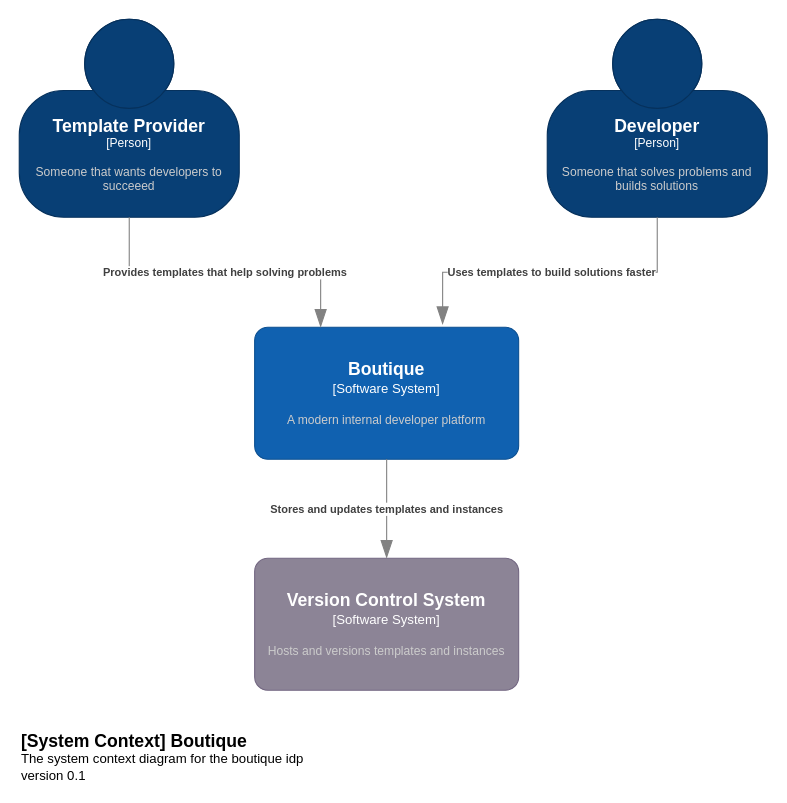
The draw.io diagram page "Software System" (1 of 4) of docs/boutique.drawio in baking-bread/boutique, before the edit. Source tidied: cells renumbered, new cells numbered last; positions are measured from the earlier drawing's top-left corner, leaving out a move shared by most shapes. Both pictures are drawn from the tidied source at 110%, with x=0, y=0 at pixel (19, 19).
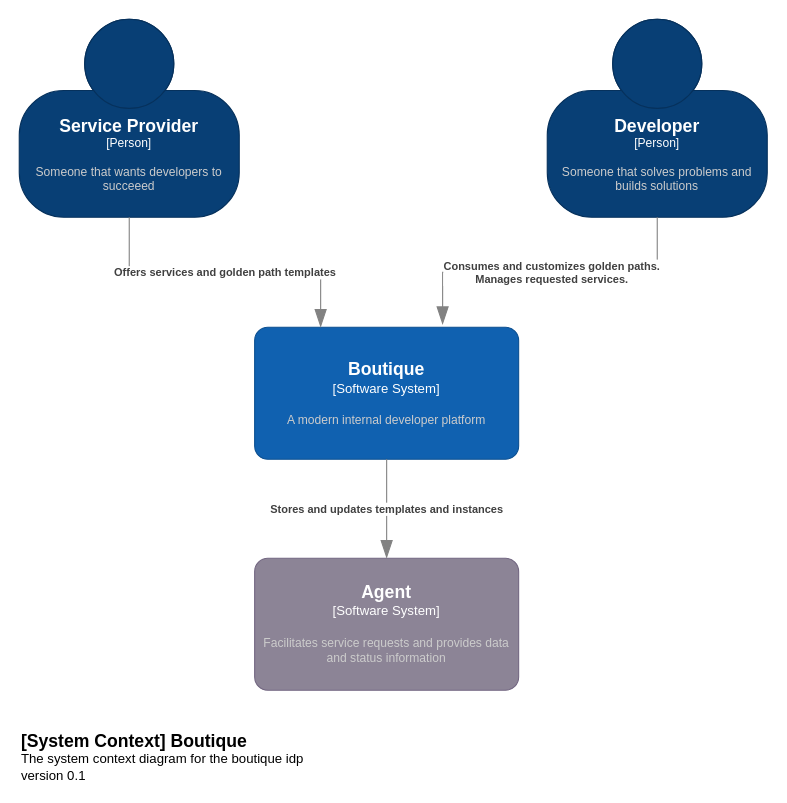
After the change.

Change to the diagram source:
```diff
@@
 <mxGraphModel>
   <root>
     <mxCell id="0" />
     <mxCell id="1" parent="0" />
     <object id="2" label="&lt;font style=&quot;font-size: 16px&quot;&gt;&lt;b&gt;%c4Name%&lt;/b&gt;&lt;/font&gt;&lt;div&gt;[%c4Type%]&lt;/div&gt;&lt;br&gt;&lt;div&gt;&lt;font style=&quot;font-size: 11px&quot;&gt;&lt;font color=&quot;#cccccc&quot;&gt;%c4Description%&lt;/font&gt;&lt;/div&gt;" c4Description="A modern internal developer platform" c4Name="Boutique" c4Type="Software System" placeholders="1">
       <mxCell style="rounded=1;whiteSpace=wrap;html=1;labelBackgroundColor=none;fillColor=#1061B0;fontColor=#ffffff;align=center;arcSize=10;strokeColor=#0D5091;points=[[0.25,0,0],[0.5,0,0],[0.75,0,0],[1,0.25,0],[1,0.5,0],[1,0.75,0],[0.75,1,0],[0.5,1,0],[0.25,1,0],[0,0.75,0],[0,0.5,0],[0,0.25,0]];" parent="1" vertex="1">
         <mxGeometry x="214" y="280" width="240" height="120" as="geometry" />
       </mxCell>
     </object>
     <object id="3" label="&lt;font style=&quot;font-size: 16px&quot;&gt;&lt;b&gt;%c4Name%&lt;/b&gt;&lt;/font&gt;&lt;div&gt;[%c4Type%]&lt;/div&gt;&lt;br&gt;&lt;div&gt;&lt;font style=&quot;font-size: 11px&quot;&gt;&lt;font color=&quot;#cccccc&quot;&gt;%c4Description%&lt;/font&gt;&lt;/div&gt;" c4Description="Someone that solves problems and builds solutions" c4Name="Developer" c4Type="Person" placeholders="1">
       <mxCell style="html=1;fontSize=11;dashed=0;whiteSpace=wrap;fillColor=#083F75;strokeColor=#06315C;fontColor=#ffffff;shape=mxgraph.c4.person2;align=center;points=[[0.5,0,0],[1,0.5,0],[1,0.75,0],[0.75,1,0],[0.5,1,0],[0.25,1,0],[0,0.75,0],[0,0.5,0]];" parent="1" vertex="1">
         <mxGeometry x="480" width="200" height="180" as="geometry" />
       </mxCell>
     </object>
-    <object id="4" label="&lt;font style=&quot;font-size: 16px&quot;&gt;&lt;b&gt;%c4Name%&lt;/b&gt;&lt;/font&gt;&lt;div&gt;[%c4Type%]&lt;/div&gt;&lt;br&gt;&lt;div&gt;&lt;font style=&quot;font-size: 11px&quot;&gt;&lt;font color=&quot;#cccccc&quot;&gt;%c4Description%&lt;/font&gt;&lt;/div&gt;" c4Description="Someone that wants developers to succeeed" c4Name="Template Provider" c4Type="Person" placeholders="1">
+    <object id="4" label="&lt;font style=&quot;font-size: 16px&quot;&gt;&lt;b&gt;%c4Name%&lt;/b&gt;&lt;/font&gt;&lt;div&gt;[%c4Type%]&lt;/div&gt;&lt;br&gt;&lt;div&gt;&lt;font style=&quot;font-size: 11px&quot;&gt;&lt;font color=&quot;#cccccc&quot;&gt;%c4Description%&lt;/font&gt;&lt;/div&gt;" c4Description="Someone that wants developers to succeeed" c4Name="Service Provider" c4Type="Person" placeholders="1">
       <mxCell style="html=1;fontSize=11;dashed=0;whiteSpace=wrap;fillColor=#083F75;strokeColor=#06315C;fontColor=#ffffff;shape=mxgraph.c4.person2;align=center;points=[[0.5,0,0],[1,0.5,0],[1,0.75,0],[0.75,1,0],[0.5,1,0],[0.25,1,0],[0,0.75,0],[0,0.5,0]];" parent="1" vertex="1">
         <mxGeometry width="200" height="180" as="geometry" />
       </mxCell>
     </object>
-    <object id="5" label="&lt;div style=&quot;text-align: left&quot;&gt;&lt;div style=&quot;text-align: center&quot;&gt;&lt;b&gt;%c4Description%&lt;/b&gt;&lt;/div&gt;" c4Description="Provides templates that help solving problems" placeholders="1">
+    <object id="5" label="&lt;div style=&quot;text-align: left&quot;&gt;&lt;div style=&quot;text-align: center&quot;&gt;&lt;b&gt;%c4Description%&lt;/b&gt;&lt;/div&gt;" c4Description="Offers services and golden path templates" placeholders="1">
       <mxCell style="endArrow=blockThin;html=1;fontSize=10;fontColor=#404040;strokeWidth=1;endFill=1;strokeColor=#828282;elbow=vertical;endSize=14;startSize=14;jumpStyle=arc;jumpSize=16;rounded=0;edgeStyle=orthogonalEdgeStyle;exitX=0.5;exitY=1;exitDx=0;exitDy=0;exitPerimeter=0;entryX=0.25;entryY=0;entryDx=0;entryDy=0;entryPerimeter=0;" parent="1" edge="1" source="4" target="2">
         <mxGeometry relative="1" as="geometry" />
       </mxCell>
     </object>
-    <object id="6" label="&lt;div style=&quot;text-align: left&quot;&gt;&lt;div style=&quot;text-align: center&quot;&gt;&lt;b&gt;%c4Description%&lt;/b&gt;&lt;/div&gt;" c4Description="Uses templates to build solutions faster" placeholders="1">
+    <object id="6" label="&lt;div style=&quot;text-align: left&quot;&gt;&lt;div style=&quot;text-align: center&quot;&gt;&lt;b&gt;%c4Description%&lt;/b&gt;&lt;/div&gt;" c4Description="Consumes and customizes golden paths.&#10;Manages requested services. " placeholders="1">
       <mxCell style="endArrow=blockThin;html=1;fontSize=10;fontColor=#404040;strokeWidth=1;endFill=1;strokeColor=#828282;elbow=vertical;endSize=14;startSize=14;jumpStyle=arc;jumpSize=16;rounded=0;edgeStyle=orthogonalEdgeStyle;exitX=0.5;exitY=1;exitDx=0;exitDy=0;exitPerimeter=0;entryX=0.712;entryY=-0.02;entryDx=0;entryDy=0;entryPerimeter=0;" parent="1" edge="1" source="3" target="2">
         <mxGeometry relative="1" as="geometry" />
       </mxCell>
     </object>
-    <object id="7" label="&lt;font style=&quot;font-size: 16px&quot;&gt;&lt;b&gt;%c4Name%&lt;/b&gt;&lt;/font&gt;&lt;div&gt;[%c4Type%]&lt;/div&gt;&lt;br&gt;&lt;div&gt;&lt;font style=&quot;font-size: 11px&quot;&gt;&lt;font color=&quot;#cccccc&quot;&gt;%c4Description%&lt;/font&gt;&lt;/div&gt;" c4Description="Hosts and versions templates and instances" c4Name="Version Control System" c4Type="Software System" placeholders="1">
+    <object id="7" label="&lt;font style=&quot;font-size: 16px&quot;&gt;&lt;b&gt;%c4Name%&lt;/b&gt;&lt;/font&gt;&lt;div&gt;[%c4Type%]&lt;/div&gt;&lt;br&gt;&lt;div&gt;&lt;font style=&quot;font-size: 11px&quot;&gt;&lt;font color=&quot;#cccccc&quot;&gt;%c4Description%&lt;/font&gt;&lt;/div&gt;" c4Description="Facilitates service requests and provides data and status information" c4Name="Agent" c4Type="Software System" placeholders="1">
       <mxCell style="rounded=1;whiteSpace=wrap;html=1;labelBackgroundColor=none;fillColor=#8C8496;fontColor=#ffffff;align=center;arcSize=10;strokeColor=#736782;points=[[0.25,0,0],[0.5,0,0],[0.75,0,0],[1,0.25,0],[1,0.5,0],[1,0.75,0],[0.75,1,0],[0.5,1,0],[0.25,1,0],[0,0.75,0],[0,0.5,0],[0,0.25,0]];" parent="1" vertex="1">
         <mxGeometry x="214" y="490" width="240" height="120" as="geometry" />
       </mxCell>
     </object>
     <object id="8" label="&lt;div style=&quot;text-align: left&quot;&gt;&lt;div style=&quot;text-align: center&quot;&gt;&lt;b&gt;%c4Description%&lt;/b&gt;&lt;/div&gt;" c4Description="Stores and updates templates and instances " placeholders="1">
       <mxCell style="endArrow=blockThin;html=1;fontSize=10;fontColor=#404040;strokeWidth=1;endFill=1;strokeColor=#828282;elbow=vertical;endSize=14;startSize=14;jumpStyle=arc;jumpSize=16;rounded=0;edgeStyle=orthogonalEdgeStyle;entryX=0.5;entryY=0;entryDx=0;entryDy=0;entryPerimeter=0;exitX=0.5;exitY=1;exitDx=0;exitDy=0;exitPerimeter=0;" parent="1" edge="1" source="2" target="7">
         <mxGeometry relative="1" as="geometry" />
       </mxCell>
     </object>
     <object id="9" label="&lt;font style=&quot;font-size: 16px&quot;&gt;&lt;b&gt;&lt;div style=&quot;text-align: left&quot;&gt;%c4Name%&lt;/div&gt;&lt;/b&gt;&lt;/font&gt;&lt;div style=&quot;text-align: left&quot;&gt;%c4Description%&lt;/div&gt;" c4Description="The system context diagram for the boutique idp version 0.1" c4Name="[System Context] Boutique" placeholders="1">
       <mxCell style="text;html=1;strokeColor=none;fillColor=none;align=left;verticalAlign=top;whiteSpace=wrap;rounded=0;" parent="1" vertex="1">
         <mxGeometry y="640" width="260" height="40" as="geometry" />
       </mxCell>
     </object>
   </root>
 </mxGraphModel>
```
